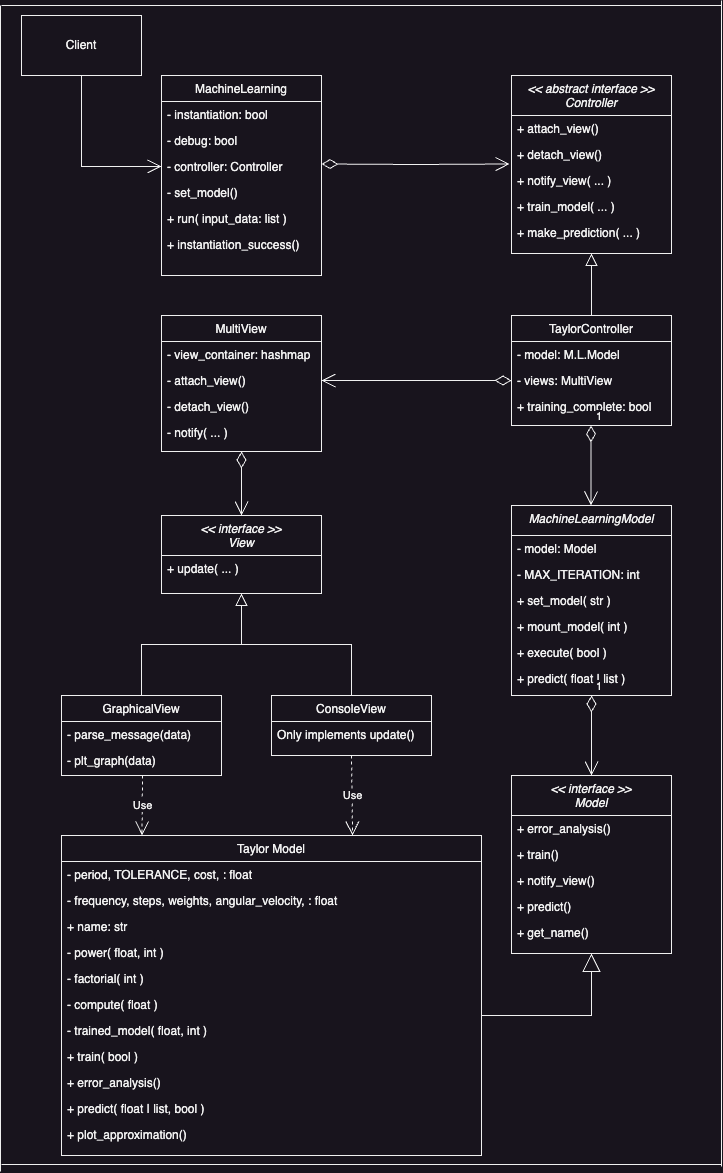
The draw.io diagram assets/UML.png in kliuengineering/MachineLearningPredictor, before a commit. Source tidied: cells renumbered, new cells last; positions are measured from the earlier drawing's top-left corner, leaving out a move shared by most shapes.
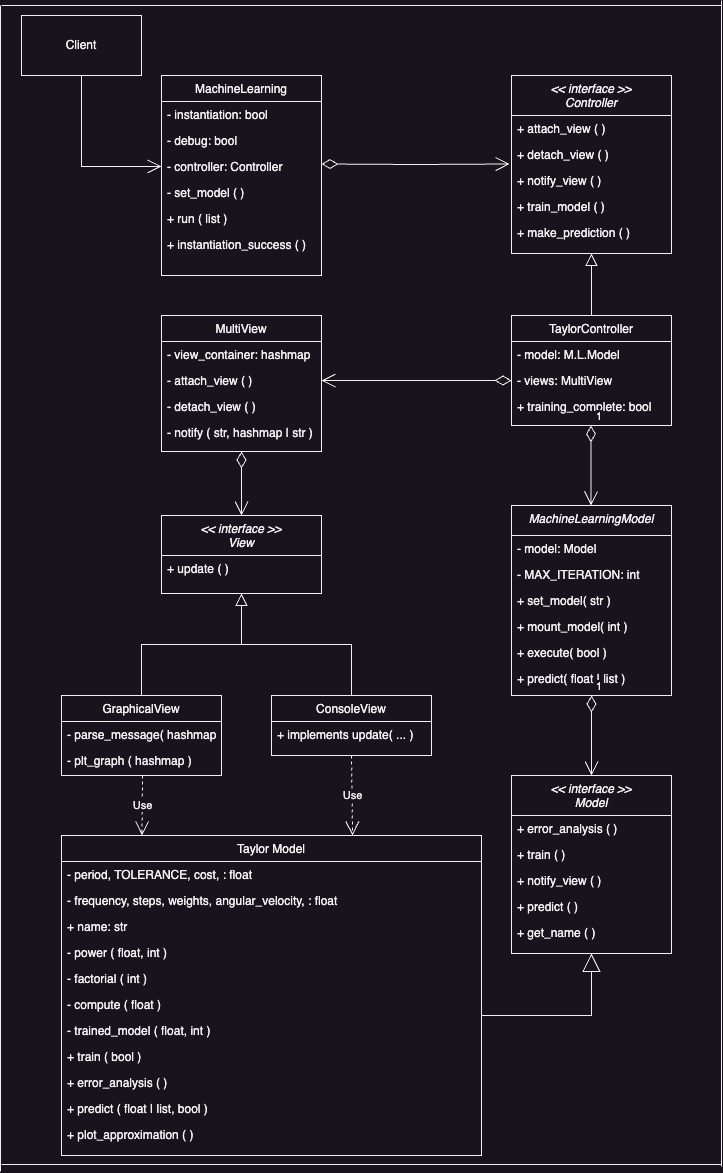
The same diagram one commit later.

Commit message:
fixed UML; fixed minor print() bug

The edit, as a diff of the source:
```diff
@@ -2,22 +2,22 @@
   <root>
     <mxCell id="0" />
     <mxCell id="1" parent="0" />
-    <mxCell id="2" value="&lt;&lt; abstract interface &gt;&gt;&#10;Controller" style="swimlane;fontStyle=2;align=center;verticalAlign=top;horizontal=1;startSize=40;rounded=0;shadow=0;strokeWidth=1;" parent="1" vertex="1">
+    <mxCell id="2" value="&lt;&lt; interface &gt;&gt;&#10;Controller" style="swimlane;fontStyle=2;align=center;verticalAlign=top;horizontal=1;startSize=40;rounded=0;shadow=0;strokeWidth=1;" parent="1" vertex="1">
       <mxGeometry x="511" y="75" width="160" height="178" as="geometry" />
     </mxCell>
-    <mxCell id="3" value="+ attach_view()" style="text;align=left;verticalAlign=top;spacingLeft=4;spacingRight=4;overflow=hidden;" parent="2" vertex="1">
+    <mxCell id="3" value="+ attach_view ( )&#10;" style="text;align=left;verticalAlign=top;spacingLeft=4;spacingRight=4;overflow=hidden;" parent="2" vertex="1">
       <mxGeometry y="40" width="160" height="26" as="geometry" />
     </mxCell>
-    <mxCell id="4" value="+ detach_view()" style="text;align=left;verticalAlign=top;spacingLeft=4;spacingRight=4;overflow=hidden;points=[[0,0.5],[1,0.5]];portConstraint=eastwest;rounded=0;shadow=0;html=0;" parent="2" vertex="1">
+    <mxCell id="4" value="+ detach_view ( )" style="text;align=left;verticalAlign=top;spacingLeft=4;spacingRight=4;overflow=hidden;points=[[0,0.5],[1,0.5]];portConstraint=eastwest;rounded=0;shadow=0;html=0;" parent="2" vertex="1">
       <mxGeometry y="66" width="160" height="26" as="geometry" />
     </mxCell>
-    <mxCell id="5" value="+ notify_view( ... )" style="text;align=left;verticalAlign=top;spacingLeft=4;spacingRight=4;overflow=hidden;rounded=0;shadow=0;html=0;" parent="2" vertex="1">
+    <mxCell id="5" value="+ notify_view ( )" style="text;align=left;verticalAlign=top;spacingLeft=4;spacingRight=4;overflow=hidden;rounded=0;shadow=0;html=0;" parent="2" vertex="1">
       <mxGeometry y="92" width="160" height="26" as="geometry" />
     </mxCell>
-    <mxCell id="6" value="+ train_model( ... )&#10;" style="text;align=left;verticalAlign=top;spacingLeft=4;spacingRight=4;overflow=hidden;" parent="2" vertex="1">
+    <mxCell id="6" value="+ train_model ( )&#10;" style="text;align=left;verticalAlign=top;spacingLeft=4;spacingRight=4;overflow=hidden;" parent="2" vertex="1">
       <mxGeometry y="118" width="160" height="26" as="geometry" />
     </mxCell>
-    <mxCell id="7" value="+ make_prediction( ... )" style="text;align=left;verticalAlign=top;spacingLeft=4;spacingRight=4;overflow=hidden;" parent="2" vertex="1">
+    <mxCell id="7" value="+ make_prediction ( )" style="text;align=left;verticalAlign=top;spacingLeft=4;spacingRight=4;overflow=hidden;" parent="2" vertex="1">
       <mxGeometry y="144" width="160" height="26" as="geometry" />
     </mxCell>
     <mxCell id="8" value="TaylorController" style="swimlane;fontStyle=0;align=center;verticalAlign=top;horizontal=1;startSize=26;rounded=0;shadow=0;strokeWidth=1;" parent="1" vertex="1">
@@ -47,28 +47,28 @@
     <mxCell id="16" value="- controller: Controller" style="text;align=left;verticalAlign=top;spacingLeft=4;spacingRight=4;overflow=hidden;points=[[0,0.5],[1,0.5]];portConstraint=eastwest;rounded=0;shadow=0;html=0;" parent="13" vertex="1">
       <mxGeometry y="78" width="160" height="26" as="geometry" />
     </mxCell>
-    <mxCell id="17" value="- set_model()" style="text;align=left;verticalAlign=top;spacingLeft=4;spacingRight=4;overflow=hidden;rounded=0;shadow=0;html=0;" parent="13" vertex="1">
+    <mxCell id="17" value="- set_model ( )" style="text;align=left;verticalAlign=top;spacingLeft=4;spacingRight=4;overflow=hidden;rounded=0;shadow=0;html=0;" parent="13" vertex="1">
       <mxGeometry y="104" width="160" height="26" as="geometry" />
     </mxCell>
-    <mxCell id="18" value="+ run( input_data: list )" style="text;align=left;verticalAlign=top;spacingLeft=4;spacingRight=4;overflow=hidden;rounded=0;shadow=0;html=0;" parent="13" vertex="1">
+    <mxCell id="18" value="+ run ( list )" style="text;align=left;verticalAlign=top;spacingLeft=4;spacingRight=4;overflow=hidden;rounded=0;shadow=0;html=0;" parent="13" vertex="1">
       <mxGeometry y="130" width="160" height="26" as="geometry" />
     </mxCell>
-    <mxCell id="19" value="+ instantiation_success()" style="text;align=left;verticalAlign=top;spacingLeft=4;spacingRight=4;overflow=hidden;rounded=0;shadow=0;html=0;" parent="13" vertex="1">
+    <mxCell id="19" value="+ instantiation_success ( )" style="text;align=left;verticalAlign=top;spacingLeft=4;spacingRight=4;overflow=hidden;rounded=0;shadow=0;html=0;" parent="13" vertex="1">
       <mxGeometry y="156" width="160" height="26" as="geometry" />
     </mxCell>
     <mxCell id="20" value="&lt;&lt; interface &gt;&gt;&#10;View" style="swimlane;fontStyle=2;align=center;verticalAlign=top;horizontal=1;startSize=40;rounded=0;shadow=0;strokeWidth=1;" parent="1" vertex="1">
       <mxGeometry x="161" y="515" width="160" height="78" as="geometry" />
     </mxCell>
-    <mxCell id="21" value="+ update( ... )" style="text;align=left;verticalAlign=top;spacingLeft=4;spacingRight=4;overflow=hidden;" parent="20" vertex="1">
+    <mxCell id="21" value="+ update ( )" style="text;align=left;verticalAlign=top;spacingLeft=4;spacingRight=4;overflow=hidden;" parent="20" vertex="1">
       <mxGeometry y="40" width="160" height="26" as="geometry" />
     </mxCell>
     <mxCell id="22" value="GraphicalView" style="swimlane;fontStyle=0;align=center;verticalAlign=top;horizontal=1;startSize=26;rounded=0;shadow=0;strokeWidth=1;" parent="1" vertex="1">
       <mxGeometry x="61" y="695" width="160" height="80" as="geometry" />
     </mxCell>
-    <mxCell id="23" value="- parse_message(data)" style="text;align=left;verticalAlign=top;spacingLeft=4;spacingRight=4;overflow=hidden;" parent="22" vertex="1">
+    <mxCell id="23" value="- parse_message( hashmap )" style="text;align=left;verticalAlign=top;spacingLeft=4;spacingRight=4;overflow=hidden;" parent="22" vertex="1">
       <mxGeometry y="26" width="160" height="26" as="geometry" />
     </mxCell>
-    <mxCell id="24" value="- plt_graph(data)" style="text;align=left;verticalAlign=top;spacingLeft=4;spacingRight=4;overflow=hidden;rounded=0;shadow=0;html=0;" parent="22" vertex="1">
+    <mxCell id="24" value="- plt_graph ( hashmap )" style="text;align=left;verticalAlign=top;spacingLeft=4;spacingRight=4;overflow=hidden;rounded=0;shadow=0;html=0;" parent="22" vertex="1">
       <mxGeometry y="52" width="160" height="26" as="geometry" />
     </mxCell>
     <mxCell id="25" style="endArrow=block;endSize=10;endFill=0;shadow=0;strokeWidth=1;rounded=0;curved=0;edgeStyle=elbowEdgeStyle;elbow=vertical;" parent="1" edge="1" source="22" target="20">
@@ -77,7 +77,7 @@
     <mxCell id="26" value="ConsoleView" style="swimlane;fontStyle=0;align=center;verticalAlign=top;horizontal=1;startSize=26;rounded=0;shadow=0;strokeWidth=1;" parent="1" vertex="1">
       <mxGeometry x="271" y="695" width="160" height="60" as="geometry" />
     </mxCell>
-    <mxCell id="27" value="Only implements update()" style="text;align=left;verticalAlign=top;spacingLeft=4;spacingRight=4;overflow=hidden;" parent="26" vertex="1">
+    <mxCell id="27" value="+ implements update( ... )" style="text;align=left;verticalAlign=top;spacingLeft=4;spacingRight=4;overflow=hidden;" parent="26" vertex="1">
       <mxGeometry y="26" width="160" height="26" as="geometry" />
     </mxCell>
     <mxCell id="28" style="endArrow=block;endSize=10;endFill=0;shadow=0;strokeWidth=1;rounded=0;curved=0;edgeStyle=elbowEdgeStyle;elbow=vertical;" parent="1" edge="1" target="20">
@@ -98,19 +98,19 @@
     <mxCell id="31" value="&lt;&lt; interface &gt;&gt;&#10;Model" style="swimlane;fontStyle=2;align=center;verticalAlign=top;horizontal=1;startSize=40;rounded=0;shadow=0;strokeWidth=1;" parent="1" vertex="1">
       <mxGeometry x="511" y="775" width="160" height="178" as="geometry" />
     </mxCell>
-    <mxCell id="32" value="+ error_analysis()" style="text;align=left;verticalAlign=top;spacingLeft=4;spacingRight=4;overflow=hidden;" parent="31" vertex="1">
+    <mxCell id="32" value="+ error_analysis ( )" style="text;align=left;verticalAlign=top;spacingLeft=4;spacingRight=4;overflow=hidden;" parent="31" vertex="1">
       <mxGeometry y="40" width="160" height="26" as="geometry" />
     </mxCell>
-    <mxCell id="33" value="+ train()" style="text;align=left;verticalAlign=top;spacingLeft=4;spacingRight=4;overflow=hidden;rounded=0;shadow=0;html=0;" parent="31" vertex="1">
+    <mxCell id="33" value="+ train ( )" style="text;align=left;verticalAlign=top;spacingLeft=4;spacingRight=4;overflow=hidden;rounded=0;shadow=0;html=0;" parent="31" vertex="1">
       <mxGeometry y="66" width="160" height="26" as="geometry" />
     </mxCell>
-    <mxCell id="34" value="+ notify_view()" style="text;align=left;verticalAlign=top;spacingLeft=4;spacingRight=4;overflow=hidden;rounded=0;shadow=0;html=0;" parent="31" vertex="1">
+    <mxCell id="34" value="+ notify_view ( )" style="text;align=left;verticalAlign=top;spacingLeft=4;spacingRight=4;overflow=hidden;rounded=0;shadow=0;html=0;" parent="31" vertex="1">
       <mxGeometry y="92" width="160" height="26" as="geometry" />
     </mxCell>
-    <mxCell id="35" value="+ predict()&#10;" style="text;align=left;verticalAlign=top;spacingLeft=4;spacingRight=4;overflow=hidden;" parent="31" vertex="1">
+    <mxCell id="35" value="+ predict ( )&#10;" style="text;align=left;verticalAlign=top;spacingLeft=4;spacingRight=4;overflow=hidden;" parent="31" vertex="1">
       <mxGeometry y="118" width="160" height="26" as="geometry" />
     </mxCell>
-    <mxCell id="36" value="+ get_name()" style="text;align=left;verticalAlign=top;spacingLeft=4;spacingRight=4;overflow=hidden;" parent="31" vertex="1">
+    <mxCell id="36" value="+ get_name ( )" style="text;align=left;verticalAlign=top;spacingLeft=4;spacingRight=4;overflow=hidden;" parent="31" vertex="1">
       <mxGeometry y="144" width="160" height="26" as="geometry" />
     </mxCell>
     <mxCell id="37" value="Taylor Model" style="swimlane;fontStyle=0;align=center;verticalAlign=top;horizontal=1;startSize=26;rounded=0;shadow=0;strokeWidth=1;" parent="1" vertex="1">
@@ -125,28 +125,28 @@
     <mxCell id="40" value="+ name: str" style="text;align=left;verticalAlign=top;spacingLeft=4;spacingRight=4;overflow=hidden;" parent="37" vertex="1">
       <mxGeometry y="78" width="420" height="26" as="geometry" />
     </mxCell>
-    <mxCell id="41" value="- power( float, int )" style="text;align=left;verticalAlign=top;spacingLeft=4;spacingRight=4;overflow=hidden;" parent="37" vertex="1">
+    <mxCell id="41" value="- power ( float, int )" style="text;align=left;verticalAlign=top;spacingLeft=4;spacingRight=4;overflow=hidden;" parent="37" vertex="1">
       <mxGeometry y="104" width="420" height="26" as="geometry" />
     </mxCell>
-    <mxCell id="42" value="- factorial( int )" style="text;align=left;verticalAlign=top;spacingLeft=4;spacingRight=4;overflow=hidden;" parent="37" vertex="1">
+    <mxCell id="42" value="- factorial ( int )" style="text;align=left;verticalAlign=top;spacingLeft=4;spacingRight=4;overflow=hidden;" parent="37" vertex="1">
       <mxGeometry y="130" width="420" height="26" as="geometry" />
     </mxCell>
-    <mxCell id="43" value="- compute( float )" style="text;align=left;verticalAlign=top;spacingLeft=4;spacingRight=4;overflow=hidden;" parent="37" vertex="1">
+    <mxCell id="43" value="- compute ( float )" style="text;align=left;verticalAlign=top;spacingLeft=4;spacingRight=4;overflow=hidden;" parent="37" vertex="1">
       <mxGeometry y="156" width="420" height="26" as="geometry" />
     </mxCell>
-    <mxCell id="44" value="- trained_model( float, int )" style="text;align=left;verticalAlign=top;spacingLeft=4;spacingRight=4;overflow=hidden;" parent="37" vertex="1">
+    <mxCell id="44" value="- trained_model ( float, int )" style="text;align=left;verticalAlign=top;spacingLeft=4;spacingRight=4;overflow=hidden;" parent="37" vertex="1">
       <mxGeometry y="182" width="420" height="26" as="geometry" />
     </mxCell>
-    <mxCell id="45" value="+ train( bool )" style="text;align=left;verticalAlign=top;spacingLeft=4;spacingRight=4;overflow=hidden;" parent="37" vertex="1">
+    <mxCell id="45" value="+ train ( bool )" style="text;align=left;verticalAlign=top;spacingLeft=4;spacingRight=4;overflow=hidden;" parent="37" vertex="1">
       <mxGeometry y="208" width="420" height="26" as="geometry" />
     </mxCell>
-    <mxCell id="46" value="+ error_analysis()" style="text;align=left;verticalAlign=top;spacingLeft=4;spacingRight=4;overflow=hidden;" parent="37" vertex="1">
+    <mxCell id="46" value="+ error_analysis ( )" style="text;align=left;verticalAlign=top;spacingLeft=4;spacingRight=4;overflow=hidden;" parent="37" vertex="1">
       <mxGeometry y="234" width="420" height="26" as="geometry" />
     </mxCell>
-    <mxCell id="47" value="+ predict( float | list, bool )" style="text;align=left;verticalAlign=top;spacingLeft=4;spacingRight=4;overflow=hidden;" parent="37" vertex="1">
+    <mxCell id="47" value="+ predict ( float | list, bool )" style="text;align=left;verticalAlign=top;spacingLeft=4;spacingRight=4;overflow=hidden;" parent="37" vertex="1">
       <mxGeometry y="260" width="420" height="26" as="geometry" />
     </mxCell>
-    <mxCell id="48" value="+ plot_approximation()" style="text;align=left;verticalAlign=top;spacingLeft=4;spacingRight=4;overflow=hidden;" parent="37" vertex="1">
+    <mxCell id="48" value="+ plot_approximation ( )" style="text;align=left;verticalAlign=top;spacingLeft=4;spacingRight=4;overflow=hidden;" parent="37" vertex="1">
       <mxGeometry y="286" width="420" height="26" as="geometry" />
     </mxCell>
     <mxCell id="49" value="MultiView" style="swimlane;fontStyle=0;align=center;verticalAlign=top;horizontal=1;startSize=26;rounded=0;shadow=0;strokeWidth=1;" parent="1" vertex="1">
@@ -155,13 +155,13 @@
     <mxCell id="50" value="- view_container: hashmap" style="text;align=left;verticalAlign=top;spacingLeft=4;spacingRight=4;overflow=hidden;" parent="49" vertex="1">
       <mxGeometry y="26" width="160" height="26" as="geometry" />
     </mxCell>
-    <mxCell id="51" value="- attach_view()" style="text;align=left;verticalAlign=top;spacingLeft=4;spacingRight=4;overflow=hidden;points=[[0,0.5],[1,0.5]];portConstraint=eastwest;rounded=0;shadow=0;html=0;" parent="49" vertex="1">
+    <mxCell id="51" value="- attach_view ( )" style="text;align=left;verticalAlign=top;spacingLeft=4;spacingRight=4;overflow=hidden;points=[[0,0.5],[1,0.5]];portConstraint=eastwest;rounded=0;shadow=0;html=0;" parent="49" vertex="1">
       <mxGeometry y="52" width="160" height="26" as="geometry" />
     </mxCell>
-    <mxCell id="52" value="- detach_view()" style="text;align=left;verticalAlign=top;spacingLeft=4;spacingRight=4;overflow=hidden;rounded=0;shadow=0;html=0;" parent="49" vertex="1">
+    <mxCell id="52" value="- detach_view ( )" style="text;align=left;verticalAlign=top;spacingLeft=4;spacingRight=4;overflow=hidden;rounded=0;shadow=0;html=0;" parent="49" vertex="1">
       <mxGeometry y="78" width="160" height="26" as="geometry" />
     </mxCell>
-    <mxCell id="53" value="- notify( ... )" style="text;align=left;verticalAlign=top;spacingLeft=4;spacingRight=4;overflow=hidden;rounded=0;shadow=0;html=0;" parent="49" vertex="1">
+    <mxCell id="53" value="- notify ( str, hashmap | str )" style="text;align=left;verticalAlign=top;spacingLeft=4;spacingRight=4;overflow=hidden;rounded=0;shadow=0;html=0;" parent="49" vertex="1">
       <mxGeometry y="104" width="160" height="26" as="geometry" />
     </mxCell>
     <mxCell id="54" style="endArrow=open;html=1;endSize=12;startArrow=diamondThin;startSize=14;startFill=0;edgeStyle=orthogonalEdgeStyle;rounded=0;entryX=0.5;entryY=0;entryDx=0;entryDy=0;exitX=0.5;exitY=1;exitDx=0;exitDy=0;" parent="1" edge="1" source="49" target="20">
```
